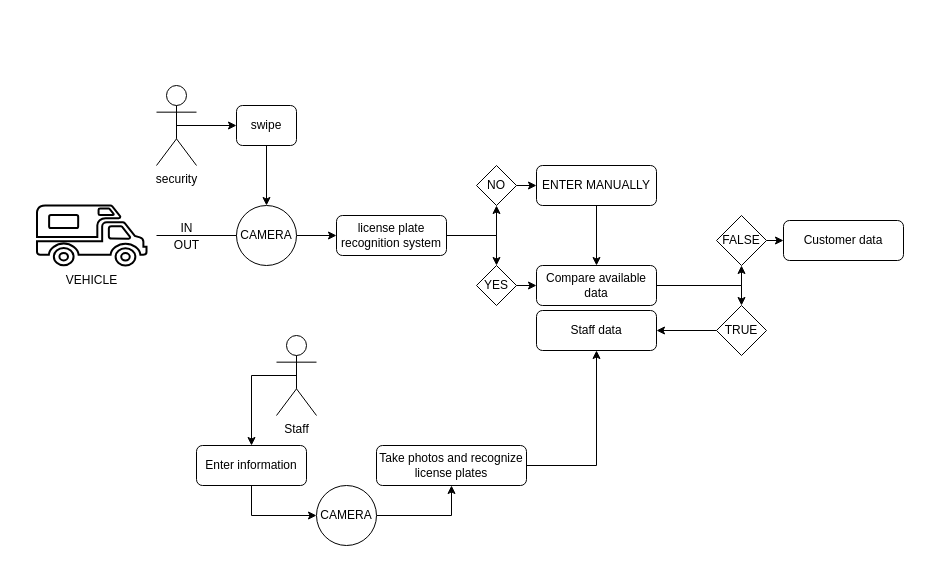
Above: Biểu đồ không có tiêu đề.drawio in DucTri1611/CNPM (draw.io), before the change. Source tidied: cells renumbered, new cells numbered last; positions are measured from the earlier drawing's top-left corner, leaving out a move shared by most shapes. Both pictures are drawn from the tidied source at 100%, with x=0, y=0 at pixel (36, 85).
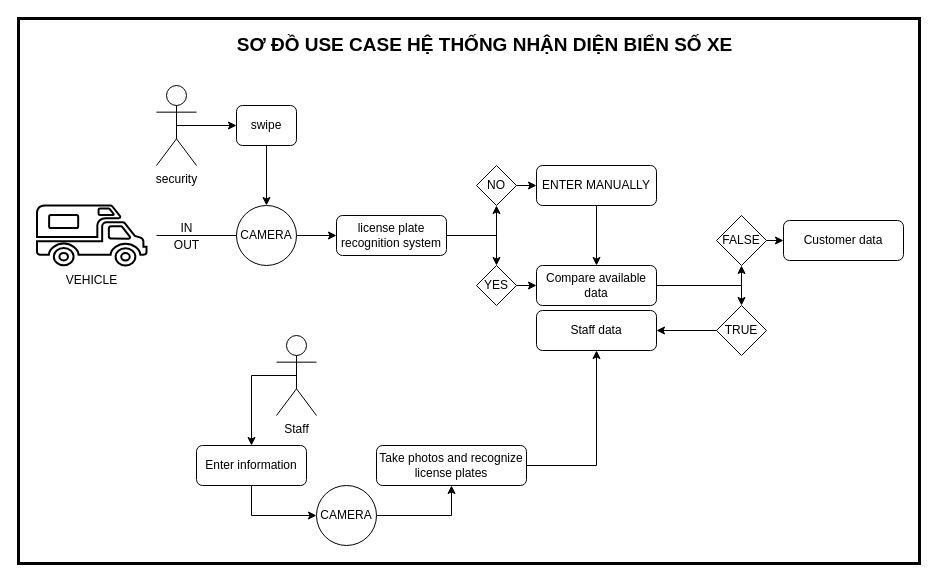
Above is the later version.

Commit message:
Cập nhật Biểu đồ không có tiêu đề.drawio

Change to the diagram source:
```diff
@@
+    <mxCell id="39" style="rounded=0;whiteSpace=wrap;html=1;strokeWidth=3;" parent="1" vertex="1">
+      <mxGeometry x="-18" y="-67" width="901" height="545" as="geometry" />
+    </mxCell>
@@
+    <mxCell id="40" value="&lt;font size=&quot;1&quot; style=&quot;&quot;&gt;&lt;b style=&quot;font-size: 19px;&quot;&gt;SƠ ĐỒ USE CASE HỆ THỐNG NHẬN DIỆN BIỂN SỐ XE&lt;/b&gt;&lt;/font&gt;" style="text;html=1;align=center;verticalAlign=middle;whiteSpace=wrap;rounded=0;" parent="1" vertex="1">
+      <mxGeometry x="75" y="-60" width="747" height="40" as="geometry" />
+    </mxCell>
```
